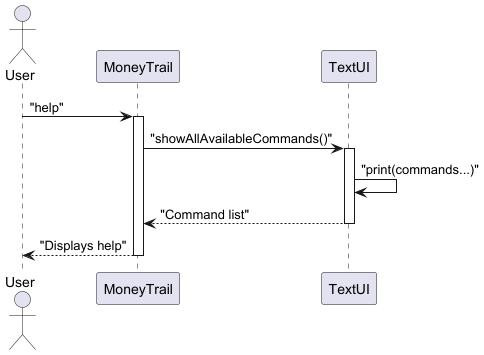
Above: docs/diagrams/TextUI_Sequence.png in EdwinTun98/tp (PlantUML), before the change. The source it was exported from:
```plantuml
@startuml TextUI_Sequence
actor User
participant MoneyTrail
participant TextUI

User -> MoneyTrail : "help"
activate MoneyTrail
MoneyTrail -> TextUI : "showAllAvailableCommands()"
activate TextUI
TextUI -> TextUI : "print(commands...)"
TextUI --> MoneyTrail : "Command list"
deactivate TextUI
MoneyTrail --> User : "Displays help"
deactivate MoneyTrail
@enduml
```
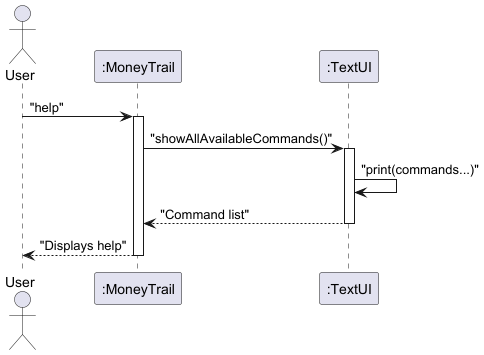
After the commit.

The edit, as a diff of the source:
```diff
@@ -1,7 +1,7 @@
 @startuml TextUI_Sequence
 actor User
-participant MoneyTrail
-participant TextUI
+participant MoneyTrail as ":MoneyTrail"
+participant TextUI as ":TextUI"
 
 User -> MoneyTrail : "help"
 activate MoneyTrail
```
